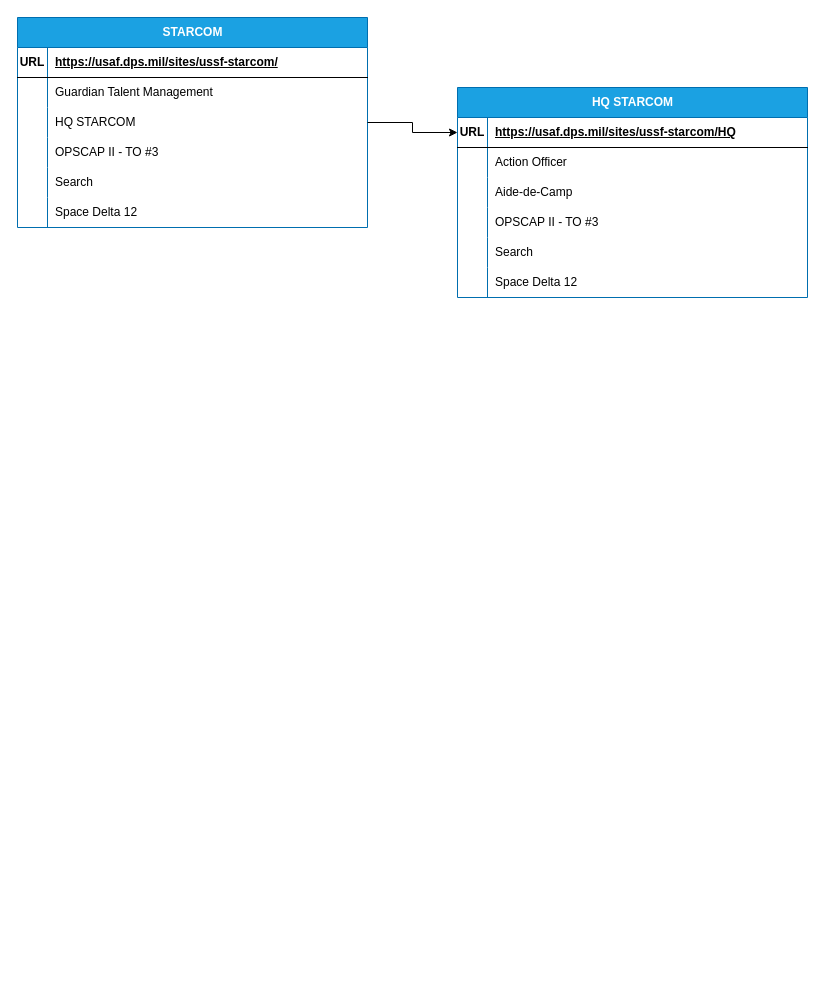
This is Untitled Diagram.drawio from TeaganGilbert/demo-repo, a draw.io file, before an edit. Source tidied: cells renumbered, new cells numbered last; positions are measured from the earlier drawing's top-left corner, leaving out a move shared by most shapes. Both pictures are drawn from the tidied source at 100%, with x=0, y=0 at pixel (17, 17).
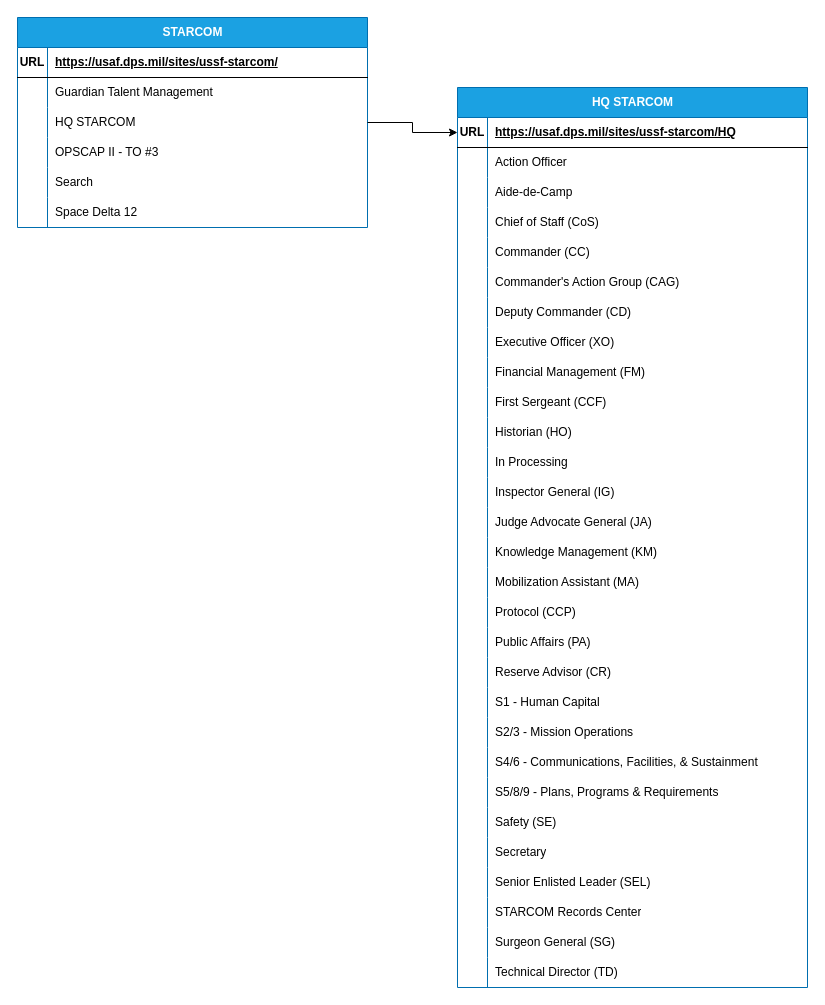
After the change.

The change refers to these unchanged cells:
```xml
<mxCell id="31" style="shape=tableRow;horizontal=0;startSize=0;swimlaneHead=0;swimlaneBody=0;fillColor=none;top=0;left=0;right=0;bottom=0;" parent="21" vertex="1">
  <mxGeometry y="120" width="350" height="30" as="geometry" />
</mxCell>
<mxCell id="34" style="shape=tableRow;horizontal=0;startSize=0;swimlaneHead=0;swimlaneBody=0;fillColor=none;top=0;left=0;right=0;bottom=0;" parent="21" vertex="1">
  <mxGeometry y="150" width="350" height="30" as="geometry" />
</mxCell>
<mxCell id="37" style="shape=tableRow;horizontal=0;startSize=0;swimlaneHead=0;swimlaneBody=0;fillColor=none;top=0;left=0;right=0;bottom=0;" parent="21" vertex="1">
  <mxGeometry y="180" width="350" height="30" as="geometry" />
</mxCell>
```

Diff of the diagram source:
```diff
@@
     <mxCell id="21" value="HQ STARCOM" style="shape=table;startSize=30;childLayout=tableLayout;rowLines=0;fontStyle=1;align=center;html=1;fillColor=#1ba1e2;fontColor=#ffffff;strokeColor=#006EAF;" parent="1" vertex="1">
-      <mxGeometry x="440" y="70" width="350" height="210" as="geometry" />
+      <mxGeometry x="440" y="70" width="350" height="900" as="geometry" />
     </mxCell>
@@
-    <mxCell id="33" value="OPSCAP II - TO #3" style="shape=partialRectangle;fillColor=none;top=0;left=0;bottom=0;right=0;align=left;spacingLeft=6;overflow=hidden;whiteSpace=wrap;html=1;" parent="31" vertex="1">
+    <mxCell id="33" value="Chief of Staff (CoS)" style="shape=partialRectangle;fillColor=none;top=0;left=0;bottom=0;right=0;align=left;spacingLeft=6;overflow=hidden;whiteSpace=wrap;html=1;" parent="31" vertex="1">
       <mxGeometry x="30" width="320" height="30" as="geometry" />
     </mxCell>
@@
-    <mxCell id="36" value="Search" style="shape=partialRectangle;fillColor=none;top=0;left=0;bottom=0;right=0;align=left;spacingLeft=6;overflow=hidden;whiteSpace=wrap;html=1;" parent="34" vertex="1">
+    <mxCell id="36" value="Commander (CC)" style="shape=partialRectangle;fillColor=none;top=0;left=0;bottom=0;right=0;align=left;spacingLeft=6;overflow=hidden;whiteSpace=wrap;html=1;" parent="34" vertex="1">
       <mxGeometry x="30" width="320" height="30" as="geometry" />
     </mxCell>
@@
-    <mxCell id="39" value="Space Delta 12" style="shape=partialRectangle;fillColor=none;top=0;left=0;bottom=0;right=0;align=left;spacingLeft=6;overflow=hidden;whiteSpace=wrap;html=1;" parent="37" vertex="1">
+    <mxCell id="39" value="Commander's Action Group (CAG)" style="shape=partialRectangle;fillColor=none;top=0;left=0;bottom=0;right=0;align=left;spacingLeft=6;overflow=hidden;whiteSpace=wrap;html=1;" parent="37" vertex="1">
       <mxGeometry x="30" width="320" height="30" as="geometry" />
     </mxCell>
+    <mxCell id="41" style="shape=tableRow;horizontal=0;startSize=0;swimlaneHead=0;swimlaneBody=0;fillColor=none;top=0;left=0;right=0;bottom=0;" parent="21" vertex="1">
+      <mxGeometry y="210" width="350" height="30" as="geometry" />
+    </mxCell>
+    <mxCell id="42" style="shape=partialRectangle;fillColor=none;top=0;left=0;bottom=0;right=0;overflow=hidden;whiteSpace=wrap;html=1;" parent="41" vertex="1">
+      <mxGeometry width="30" height="30" as="geometry" />
+    </mxCell>
+    <mxCell id="43" value="Deputy Commander (CD)" style="shape=partialRectangle;fillColor=none;top=0;left=0;bottom=0;right=0;align=left;spacingLeft=6;overflow=hidden;whiteSpace=wrap;html=1;" parent="41" vertex="1">
+      <mxGeometry x="30" width="320" height="30" as="geometry" />
+    </mxCell>
+    <mxCell id="44" style="shape=tableRow;horizontal=0;startSize=0;swimlaneHead=0;swimlaneBody=0;fillColor=none;top=0;left=0;right=0;bottom=0;" parent="21" vertex="1">
+      <mxGeometry y="240" width="350" height="30" as="geometry" />
+    </mxCell>
+    <mxCell id="45" style="shape=partialRectangle;fillColor=none;top=0;left=0;bottom=0;right=0;overflow=hidden;whiteSpace=wrap;html=1;" parent="44" vertex="1">
+      <mxGeometry width="30" height="30" as="geometry" />
+    </mxCell>
+    <mxCell id="46" value="Executive Officer (XO)" style="shape=partialRectangle;fillColor=none;top=0;left=0;bottom=0;right=0;align=left;spacingLeft=6;overflow=hidden;whiteSpace=wrap;html=1;" parent="44" vertex="1">
+      <mxGeometry x="30" width="320" height="30" as="geometry" />
+    </mxCell>
+    <mxCell id="47" style="shape=tableRow;horizontal=0;startSize=0;swimlaneHead=0;swimlaneBody=0;fillColor=none;top=0;left=0;right=0;bottom=0;" parent="21" vertex="1">
+      <mxGeometry y="270" width="350" height="30" as="geometry" />
+    </mxCell>
+    <mxCell id="48" style="shape=partialRectangle;fillColor=none;top=0;left=0;bottom=0;right=0;overflow=hidden;whiteSpace=wrap;html=1;" parent="47" vertex="1">
+      <mxGeometry width="30" height="30" as="geometry" />
+    </mxCell>
+    <mxCell id="49" value="Financial Management (FM)" style="shape=partialRectangle;fillColor=none;top=0;left=0;bottom=0;right=0;align=left;spacingLeft=6;overflow=hidden;whiteSpace=wrap;html=1;" parent="47" vertex="1">
+      <mxGeometry x="30" width="320" height="30" as="geometry" />
+    </mxCell>
+    <mxCell id="50" style="shape=tableRow;horizontal=0;startSize=0;swimlaneHead=0;swimlaneBody=0;fillColor=none;top=0;left=0;right=0;bottom=0;" parent="21" vertex="1">
+      <mxGeometry y="300" width="350" height="30" as="geometry" />
+    </mxCell>
+    <mxCell id="51" style="shape=partialRectangle;fillColor=none;top=0;left=0;bottom=0;right=0;overflow=hidden;whiteSpace=wrap;html=1;" parent="50" vertex="1">
+      <mxGeometry width="30" height="30" as="geometry" />
+    </mxCell>
+    <mxCell id="52" value="First Sergeant (CCF)" style="shape=partialRectangle;fillColor=none;top=0;left=0;bottom=0;right=0;align=left;spacingLeft=6;overflow=hidden;whiteSpace=wrap;html=1;" parent="50" vertex="1">
+      <mxGeometry x="30" width="320" height="30" as="geometry" />
+    </mxCell>
+    <mxCell id="53" style="shape=tableRow;horizontal=0;startSize=0;swimlaneHead=0;swimlaneBody=0;fillColor=none;top=0;left=0;right=0;bottom=0;" parent="21" vertex="1">
+      <mxGeometry y="330" width="350" height="30" as="geometry" />
+    </mxCell>
+    <mxCell id="54" style="shape=partialRectangle;fillColor=none;top=0;left=0;bottom=0;right=0;overflow=hidden;whiteSpace=wrap;html=1;" parent="53" vertex="1">
+      <mxGeometry width="30" height="30" as="geometry" />
+    </mxCell>
+    <mxCell id="55" value="Historian (HO)" style="shape=partialRectangle;fillColor=none;top=0;left=0;bottom=0;right=0;align=left;spacingLeft=6;overflow=hidden;whiteSpace=wrap;html=1;" parent="53" vertex="1">
+      <mxGeometry x="30" width="320" height="30" as="geometry" />
+    </mxCell>
+    <mxCell id="56" style="shape=tableRow;horizontal=0;startSize=0;swimlaneHead=0;swimlaneBody=0;fillColor=none;top=0;left=0;right=0;bottom=0;" parent="21" vertex="1">
+      <mxGeometry y="360" width="350" height="30" as="geometry" />
+    </mxCell>
+    <mxCell id="57" style="shape=partialRectangle;fillColor=none;top=0;left=0;bottom=0;right=0;overflow=hidden;whiteSpace=wrap;html=1;" parent="56" vertex="1">
+      <mxGeometry width="30" height="30" as="geometry" />
+    </mxCell>
+    <mxCell id="58" value="In Processing" style="shape=partialRectangle;fillColor=none;top=0;left=0;bottom=0;right=0;align=left;spacingLeft=6;overflow=hidden;whiteSpace=wrap;html=1;" parent="56" vertex="1">
+      <mxGeometry x="30" width="320" height="30" as="geometry" />
+    </mxCell>
+    <mxCell id="59" style="shape=tableRow;horizontal=0;startSize=0;swimlaneHead=0;swimlaneBody=0;fillColor=none;top=0;left=0;right=0;bottom=0;" parent="21" vertex="1">
+      <mxGeometry y="390" width="350" height="30" as="geometry" />
+    </mxCell>
+    <mxCell id="60" style="shape=partialRectangle;fillColor=none;top=0;left=0;bottom=0;right=0;overflow=hidden;whiteSpace=wrap;html=1;" parent="59" vertex="1">
+      <mxGeometry width="30" height="30" as="geometry" />
+    </mxCell>
+    <mxCell id="61" value="Inspector General (IG)" style="shape=partialRectangle;fillColor=none;top=0;left=0;bottom=0;right=0;align=left;spacingLeft=6;overflow=hidden;whiteSpace=wrap;html=1;" parent="59" vertex="1">
+      <mxGeometry x="30" width="320" height="30" as="geometry" />
+    </mxCell>
+    <mxCell id="62" style="shape=tableRow;horizontal=0;startSize=0;swimlaneHead=0;swimlaneBody=0;fillColor=none;top=0;left=0;right=0;bottom=0;" parent="21" vertex="1">
+      <mxGeometry y="420" width="350" height="30" as="geometry" />
+    </mxCell>
+    <mxCell id="63" style="shape=partialRectangle;fillColor=none;top=0;left=0;bottom=0;right=0;overflow=hidden;whiteSpace=wrap;html=1;" parent="62" vertex="1">
+      <mxGeometry width="30" height="30" as="geometry" />
+    </mxCell>
+    <mxCell id="64" value="Judge Advocate General (JA)" style="shape=partialRectangle;fillColor=none;top=0;left=0;bottom=0;right=0;align=left;spacingLeft=6;overflow=hidden;whiteSpace=wrap;html=1;" parent="62" vertex="1">
+      <mxGeometry x="30" width="320" height="30" as="geometry" />
+    </mxCell>
+    <mxCell id="65" style="shape=tableRow;horizontal=0;startSize=0;swimlaneHead=0;swimlaneBody=0;fillColor=none;top=0;left=0;right=0;bottom=0;" parent="21" vertex="1">
+      <mxGeometry y="450" width="350" height="30" as="geometry" />
+    </mxCell>
+    <mxCell id="66" style="shape=partialRectangle;fillColor=none;top=0;left=0;bottom=0;right=0;overflow=hidden;whiteSpace=wrap;html=1;" parent="65" vertex="1">
+      <mxGeometry width="30" height="30" as="geometry" />
+    </mxCell>
+    <mxCell id="67" value="Knowledge Management (KM)" style="shape=partialRectangle;fillColor=none;top=0;left=0;bottom=0;right=0;align=left;spacingLeft=6;overflow=hidden;whiteSpace=wrap;html=1;" parent="65" vertex="1">
+      <mxGeometry x="30" width="320" height="30" as="geometry" />
+    </mxCell>
+    <mxCell id="68" style="shape=tableRow;horizontal=0;startSize=0;swimlaneHead=0;swimlaneBody=0;fillColor=none;top=0;left=0;right=0;bottom=0;" parent="21" vertex="1">
+      <mxGeometry y="480" width="350" height="30" as="geometry" />
+    </mxCell>
+    <mxCell id="69" style="shape=partialRectangle;fillColor=none;top=0;left=0;bottom=0;right=0;overflow=hidden;whiteSpace=wrap;html=1;" parent="68" vertex="1">
+      <mxGeometry width="30" height="30" as="geometry" />
+    </mxCell>
+    <mxCell id="70" value="Mobilization Assistant (MA)" style="shape=partialRectangle;fillColor=none;top=0;left=0;bottom=0;right=0;align=left;spacingLeft=6;overflow=hidden;whiteSpace=wrap;html=1;" parent="68" vertex="1">
+      <mxGeometry x="30" width="320" height="30" as="geometry" />
+    </mxCell>
+    <mxCell id="71" style="shape=tableRow;horizontal=0;startSize=0;swimlaneHead=0;swimlaneBody=0;fillColor=none;top=0;left=0;right=0;bottom=0;" parent="21" vertex="1">
+      <mxGeometry y="510" width="350" height="30" as="geometry" />
+    </mxCell>
+    <mxCell id="72" style="shape=partialRectangle;fillColor=none;top=0;left=0;bottom=0;right=0;overflow=hidden;whiteSpace=wrap;html=1;" parent="71" vertex="1">
+      <mxGeometry width="30" height="30" as="geometry" />
+    </mxCell>
+    <mxCell id="73" value="Protocol (CCP)" style="shape=partialRectangle;fillColor=none;top=0;left=0;bottom=0;right=0;align=left;spacingLeft=6;overflow=hidden;whiteSpace=wrap;html=1;" parent="71" vertex="1">
+      <mxGeometry x="30" width="320" height="30" as="geometry" />
+    </mxCell>
+    <mxCell id="74" style="shape=tableRow;horizontal=0;startSize=0;swimlaneHead=0;swimlaneBody=0;fillColor=none;top=0;left=0;right=0;bottom=0;" parent="21" vertex="1">
+      <mxGeometry y="540" width="350" height="30" as="geometry" />
+    </mxCell>
+    <mxCell id="75" style="shape=partialRectangle;fillColor=none;top=0;left=0;bottom=0;right=0;overflow=hidden;whiteSpace=wrap;html=1;" parent="74" vertex="1">
+      <mxGeometry width="30" height="30" as="geometry" />
+    </mxCell>
+    <mxCell id="76" value="Public Affairs (PA)" style="shape=partialRectangle;fillColor=none;top=0;left=0;bottom=0;right=0;align=left;spacingLeft=6;overflow=hidden;whiteSpace=wrap;html=1;" parent="74" vertex="1">
+      <mxGeometry x="30" width="320" height="30" as="geometry" />
+    </mxCell>
+    <mxCell id="77" style="shape=tableRow;horizontal=0;startSize=0;swimlaneHead=0;swimlaneBody=0;fillColor=none;top=0;left=0;right=0;bottom=0;" parent="21" vertex="1">
+      <mxGeometry y="570" width="350" height="30" as="geometry" />
+    </mxCell>
+    <mxCell id="78" style="shape=partialRectangle;fillColor=none;top=0;left=0;bottom=0;right=0;overflow=hidden;whiteSpace=wrap;html=1;" parent="77" vertex="1">
+      <mxGeometry width="30" height="30" as="geometry" />
+    </mxCell>
+    <mxCell id="79" value="Reserve Advisor (CR)" style="shape=partialRectangle;fillColor=none;top=0;left=0;bottom=0;right=0;align=left;spacingLeft=6;overflow=hidden;whiteSpace=wrap;html=1;" parent="77" vertex="1">
+      <mxGeometry x="30" width="320" height="30" as="geometry" />
+    </mxCell>
+    <mxCell id="80" style="shape=tableRow;horizontal=0;startSize=0;swimlaneHead=0;swimlaneBody=0;fillColor=none;top=0;left=0;right=0;bottom=0;" parent="21" vertex="1">
+      <mxGeometry y="600" width="350" height="30" as="geometry" />
+    </mxCell>
+    <mxCell id="81" style="shape=partialRectangle;fillColor=none;top=0;left=0;bottom=0;right=0;overflow=hidden;whiteSpace=wrap;html=1;" parent="80" vertex="1">
+      <mxGeometry width="30" height="30" as="geometry" />
+    </mxCell>
+    <mxCell id="82" value="S1 - Human Capital" style="shape=partialRectangle;fillColor=none;top=0;left=0;bottom=0;right=0;align=left;spacingLeft=6;overflow=hidden;whiteSpace=wrap;html=1;" parent="80" vertex="1">
+      <mxGeometry x="30" width="320" height="30" as="geometry" />
+    </mxCell>
+    <mxCell id="83" style="shape=tableRow;horizontal=0;startSize=0;swimlaneHead=0;swimlaneBody=0;fillColor=none;top=0;left=0;right=0;bottom=0;" parent="21" vertex="1">
+      <mxGeometry y="630" width="350" height="30" as="geometry" />
+    </mxCell>
+    <mxCell id="84" style="shape=partialRectangle;fillColor=none;top=0;left=0;bottom=0;right=0;overflow=hidden;whiteSpace=wrap;html=1;" parent="83" vertex="1">
+      <mxGeometry width="30" height="30" as="geometry" />
+    </mxCell>
+    <mxCell id="85" value="S2/3 - Mission Operations" style="shape=partialRectangle;fillColor=none;top=0;left=0;bottom=0;right=0;align=left;spacingLeft=6;overflow=hidden;whiteSpace=wrap;html=1;" parent="83" vertex="1">
+      <mxGeometry x="30" width="320" height="30" as="geometry" />
+    </mxCell>
+    <mxCell id="86" style="shape=tableRow;horizontal=0;startSize=0;swimlaneHead=0;swimlaneBody=0;fillColor=none;top=0;left=0;right=0;bottom=0;" parent="21" vertex="1">
+      <mxGeometry y="660" width="350" height="30" as="geometry" />
+    </mxCell>
+    <mxCell id="87" style="shape=partialRectangle;fillColor=none;top=0;left=0;bottom=0;right=0;overflow=hidden;whiteSpace=wrap;html=1;" parent="86" vertex="1">
+      <mxGeometry width="30" height="30" as="geometry" />
+    </mxCell>
+    <mxCell id="88" value="S4/6 - Communications, Facilities, &amp;amp; Sustainment" style="shape=partialRectangle;fillColor=none;top=0;left=0;bottom=0;right=0;align=left;spacingLeft=6;overflow=hidden;whiteSpace=wrap;html=1;" parent="86" vertex="1">
+      <mxGeometry x="30" width="320" height="30" as="geometry" />
+    </mxCell>
+    <mxCell id="89" style="shape=tableRow;horizontal=0;startSize=0;swimlaneHead=0;swimlaneBody=0;fillColor=none;top=0;left=0;right=0;bottom=0;" parent="21" vertex="1">
+      <mxGeometry y="690" width="350" height="30" as="geometry" />
+    </mxCell>
+    <mxCell id="90" style="shape=partialRectangle;fillColor=none;top=0;left=0;bottom=0;right=0;overflow=hidden;whiteSpace=wrap;html=1;" parent="89" vertex="1">
+      <mxGeometry width="30" height="30" as="geometry" />
+    </mxCell>
+    <mxCell id="91" value="S5/8/9 - Plans, Programs &amp;amp; Requirements" style="shape=partialRectangle;fillColor=none;top=0;left=0;bottom=0;right=0;align=left;spacingLeft=6;overflow=hidden;whiteSpace=wrap;html=1;" parent="89" vertex="1">
+      <mxGeometry x="30" width="320" height="30" as="geometry" />
+    </mxCell>
+    <mxCell id="92" style="shape=tableRow;horizontal=0;startSize=0;swimlaneHead=0;swimlaneBody=0;fillColor=none;top=0;left=0;right=0;bottom=0;" parent="21" vertex="1">
+      <mxGeometry y="720" width="350" height="30" as="geometry" />
+    </mxCell>
+    <mxCell id="93" style="shape=partialRectangle;fillColor=none;top=0;left=0;bottom=0;right=0;overflow=hidden;whiteSpace=wrap;html=1;" parent="92" vertex="1">
+      <mxGeometry width="30" height="30" as="geometry" />
+    </mxCell>
+    <mxCell id="94" value="Safety (SE)" style="shape=partialRectangle;fillColor=none;top=0;left=0;bottom=0;right=0;align=left;spacingLeft=6;overflow=hidden;whiteSpace=wrap;html=1;" parent="92" vertex="1">
+      <mxGeometry x="30" width="320" height="30" as="geometry" />
+    </mxCell>
+    <mxCell id="95" style="shape=tableRow;horizontal=0;startSize=0;swimlaneHead=0;swimlaneBody=0;fillColor=none;top=0;left=0;right=0;bottom=0;" parent="21" vertex="1">
+      <mxGeometry y="750" width="350" height="30" as="geometry" />
+    </mxCell>
+    <mxCell id="96" style="shape=partialRectangle;fillColor=none;top=0;left=0;bottom=0;right=0;overflow=hidden;whiteSpace=wrap;html=1;" parent="95" vertex="1">
+      <mxGeometry width="30" height="30" as="geometry" />
+    </mxCell>
+    <mxCell id="97" value="Secretary" style="shape=partialRectangle;fillColor=none;top=0;left=0;bottom=0;right=0;align=left;spacingLeft=6;overflow=hidden;whiteSpace=wrap;html=1;" parent="95" vertex="1">
+      <mxGeometry x="30" width="320" height="30" as="geometry" />
+    </mxCell>
+    <mxCell id="98" style="shape=tableRow;horizontal=0;startSize=0;swimlaneHead=0;swimlaneBody=0;fillColor=none;top=0;left=0;right=0;bottom=0;" parent="21" vertex="1">
+      <mxGeometry y="780" width="350" height="30" as="geometry" />
+    </mxCell>
+    <mxCell id="99" style="shape=partialRectangle;fillColor=none;top=0;left=0;bottom=0;right=0;overflow=hidden;whiteSpace=wrap;html=1;" parent="98" vertex="1">
+      <mxGeometry width="30" height="30" as="geometry" />
+    </mxCell>
+    <mxCell id="100" value="Senior Enlisted Leader (SEL)" style="shape=partialRectangle;fillColor=none;top=0;left=0;bottom=0;right=0;align=left;spacingLeft=6;overflow=hidden;whiteSpace=wrap;html=1;" parent="98" vertex="1">
+      <mxGeometry x="30" width="320" height="30" as="geometry" />
+    </mxCell>
+    <mxCell id="101" style="shape=tableRow;horizontal=0;startSize=0;swimlaneHead=0;swimlaneBody=0;fillColor=none;top=0;left=0;right=0;bottom=0;" parent="21" vertex="1">
+      <mxGeometry y="810" width="350" height="30" as="geometry" />
+    </mxCell>
+    <mxCell id="102" style="shape=partialRectangle;fillColor=none;top=0;left=0;bottom=0;right=0;overflow=hidden;whiteSpace=wrap;html=1;" parent="101" vertex="1">
+      <mxGeometry width="30" height="30" as="geometry" />
+    </mxCell>
+    <mxCell id="103" value="STARCOM Records Center" style="shape=partialRectangle;fillColor=none;top=0;left=0;bottom=0;right=0;align=left;spacingLeft=6;overflow=hidden;whiteSpace=wrap;html=1;" parent="101" vertex="1">
+      <mxGeometry x="30" width="320" height="30" as="geometry" />
+    </mxCell>
+    <mxCell id="104" style="shape=tableRow;horizontal=0;startSize=0;swimlaneHead=0;swimlaneBody=0;fillColor=none;top=0;left=0;right=0;bottom=0;" parent="21" vertex="1">
+      <mxGeometry y="840" width="350" height="30" as="geometry" />
+    </mxCell>
+    <mxCell id="105" style="shape=partialRectangle;fillColor=none;top=0;left=0;bottom=0;right=0;overflow=hidden;whiteSpace=wrap;html=1;" parent="104" vertex="1">
+      <mxGeometry width="30" height="30" as="geometry" />
+    </mxCell>
+    <mxCell id="106" value="Surgeon General (SG)" style="shape=partialRectangle;fillColor=none;top=0;left=0;bottom=0;right=0;align=left;spacingLeft=6;overflow=hidden;whiteSpace=wrap;html=1;" parent="104" vertex="1">
+      <mxGeometry x="30" width="320" height="30" as="geometry" />
+    </mxCell>
+    <mxCell id="107" style="shape=tableRow;horizontal=0;startSize=0;swimlaneHead=0;swimlaneBody=0;fillColor=none;top=0;left=0;right=0;bottom=0;" parent="21" vertex="1">
+      <mxGeometry y="870" width="350" height="30" as="geometry" />
+    </mxCell>
+    <mxCell id="108" style="shape=partialRectangle;fillColor=none;top=0;left=0;bottom=0;right=0;overflow=hidden;whiteSpace=wrap;html=1;" parent="107" vertex="1">
+      <mxGeometry width="30" height="30" as="geometry" />
+    </mxCell>
+    <mxCell id="109" value="Technical Director (TD)" style="shape=partialRectangle;fillColor=none;top=0;left=0;bottom=0;right=0;align=left;spacingLeft=6;overflow=hidden;whiteSpace=wrap;html=1;" parent="107" vertex="1">
+      <mxGeometry x="30" width="320" height="30" as="geometry" />
+    </mxCell>
```
